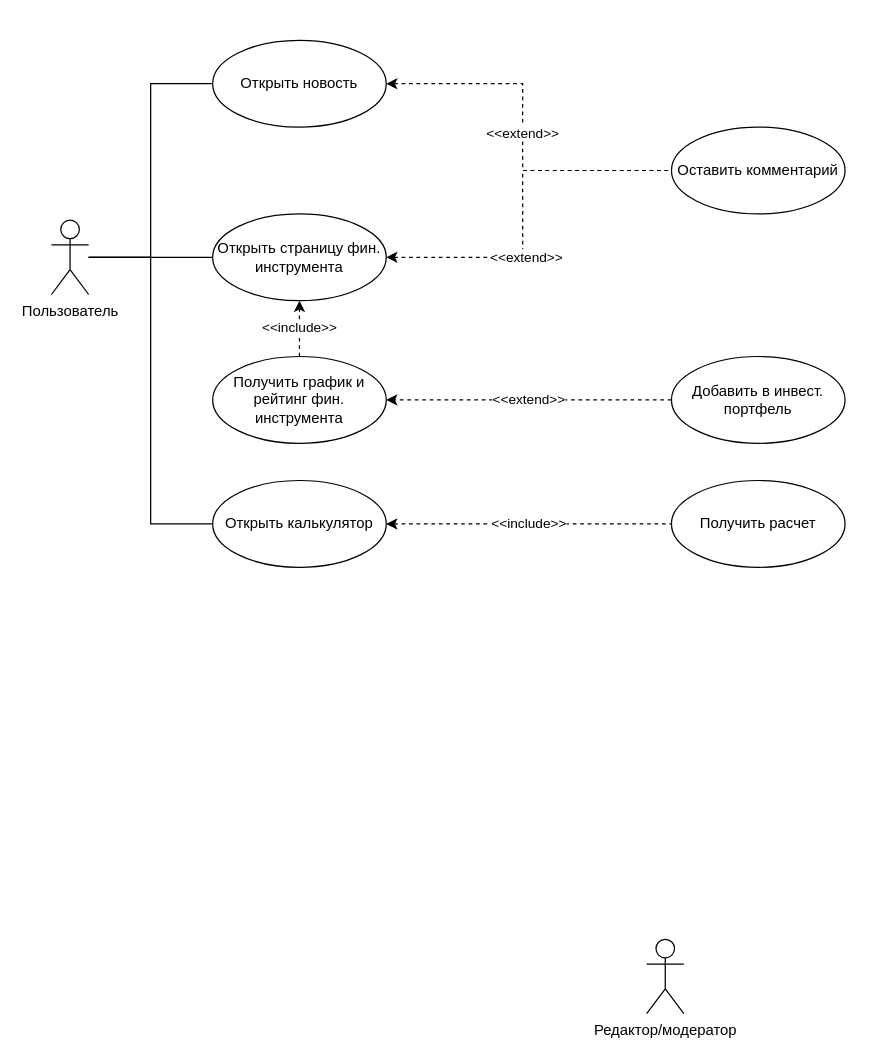
The draw.io diagram Use case.drawio in epsil0n66/ProjectMethodsSlanina, before the edit. Source tidied: cells renumbered, new cells numbered last; positions are measured from the earlier drawing's top-left corner, leaving out a move shared by most shapes. Both pictures are drawn from the tidied source at 124%, with x=0, y=0 at pixel (51, 40).
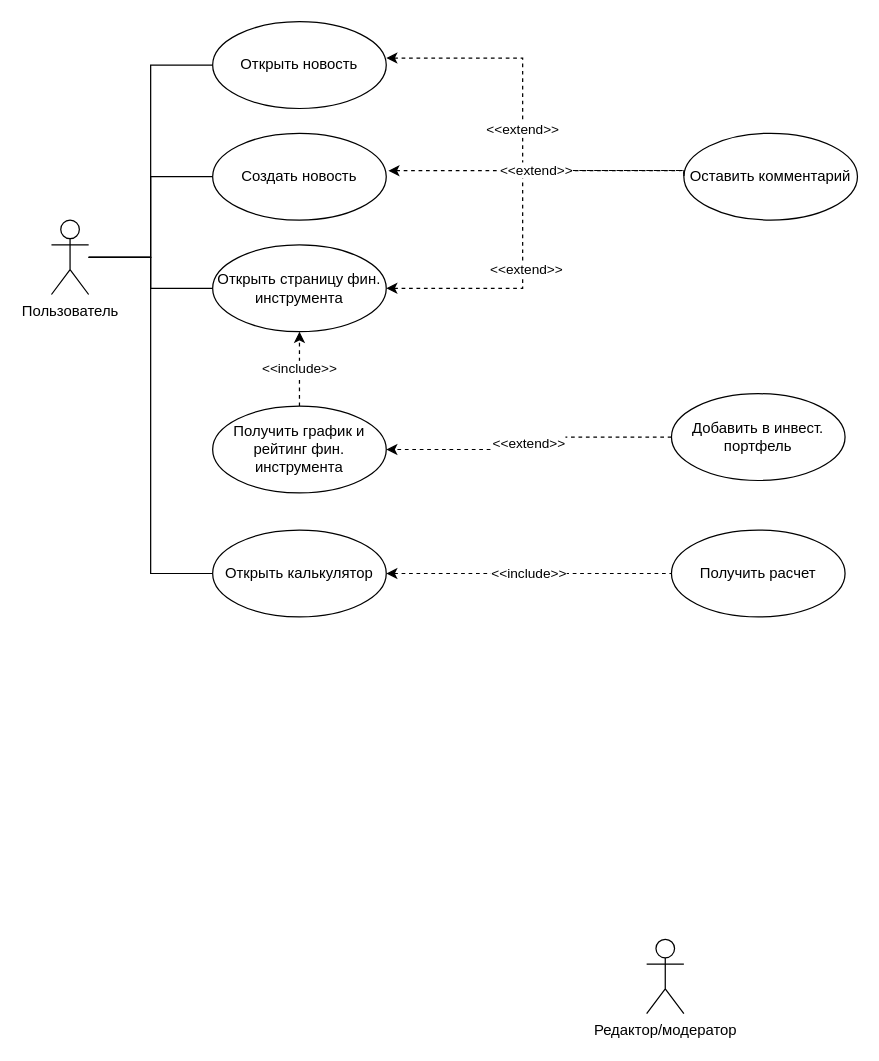
The same diagram, later.

Unchanged cells that the change refers to:
```xml
<mxCell id="5" value="Пользователь" style="shape=umlActor;verticalLabelPosition=bottom;verticalAlign=top;html=1;" parent="1" vertex="1">
  <mxGeometry y="145" width="30" height="60" as="geometry" />
</mxCell>
```

Diff of the diagram source:
```diff
@@
+    <mxCell id="20" style="edgeStyle=orthogonalEdgeStyle;rounded=0;jettySize=auto;html=1;entryX=0;entryY=0.5;entryDx=0;entryDy=0;endArrow=none;endFill=0;" parent="1" edge="1" source="5" target="22">
+      <mxGeometry relative="1" as="geometry" />
+    </mxCell>
@@
-    <mxCell id="7" value="&amp;lt;&amp;lt;extend&amp;gt;&amp;gt;" style="edgeStyle=orthogonalEdgeStyle;rounded=0;jettySize=auto;html=1;entryX=0;entryY=0.5;entryDx=0;entryDy=0;dashed=1;startArrow=classic;startFill=1;endArrow=none;endFill=0;" parent="1" edge="1" source="8" target="9">
+    <mxCell id="7" value="&amp;lt;&amp;lt;extend&amp;gt;&amp;gt;" style="edgeStyle=orthogonalEdgeStyle;rounded=0;jettySize=auto;html=1;entryX=0;entryY=0.5;entryDx=0;entryDy=0;dashed=1;startArrow=classic;startFill=1;endArrow=none;endFill=0;exitX=1;exitY=0.419;exitDx=0;exitDy=0;exitPerimeter=0;" parent="1" edge="1" source="8" target="9">
       <mxGeometry relative="1" as="geometry">
         <Array as="points">
-          <mxPoint x="380" y="35" />
+          <mxPoint x="380" y="14" />
           <mxPoint x="380" y="105" />
+          <mxPoint x="510" y="105" />
         </Array>
       </mxGeometry>
     </mxCell>
     <mxCell id="8" value="Открыть новость" style="ellipse;whiteSpace=wrap;html=1;" parent="1" vertex="1">
-      <mxGeometry x="130" width="140" height="70" as="geometry" />
+      <mxGeometry x="130" y="-15" width="140" height="70" as="geometry" />
     </mxCell>
     <mxCell id="9" value="Оставить комментарий" style="ellipse;whiteSpace=wrap;html=1;" parent="1" vertex="1">
-      <mxGeometry x="500" y="70" width="140" height="70" as="geometry" />
+      <mxGeometry x="510" y="75" width="140" height="70" as="geometry" />
     </mxCell>
@@
     <mxCell id="11" value="Открыть калькулятор" style="ellipse;whiteSpace=wrap;html=1;" parent="1" vertex="1">
-      <mxGeometry x="130" y="355" width="140" height="70" as="geometry" />
+      <mxGeometry x="130" y="395" width="140" height="70" as="geometry" />
     </mxCell>
-    <mxCell id="12" style="edgeStyle=orthogonalEdgeStyle;rounded=0;jettySize=auto;html=1;entryX=0;entryY=0.5;entryDx=0;entryDy=0;dashed=1;endArrow=none;endFill=0;startArrow=classic;startFill=1;" parent="1" edge="1" source="14" target="9">
+    <mxCell id="12" style="edgeStyle=orthogonalEdgeStyle;rounded=0;jettySize=auto;html=1;entryX=0;entryY=0.5;entryDx=0;entryDy=0;dashed=1;endArrow=none;endFill=0;startArrow=classic;startFill=1;exitX=1;exitY=0.5;exitDx=0;exitDy=0;" parent="1" edge="1" source="14" target="9">
       <mxGeometry relative="1" as="geometry">
         <Array as="points">
-          <mxPoint x="380" y="175" />
+          <mxPoint x="380" y="200" />
           <mxPoint x="380" y="105" />
+          <mxPoint x="510" y="105" />
         </Array>
       </mxGeometry>
     </mxCell>
@@
     <mxCell id="14" value="Открыть страницу фин. инструмента" style="ellipse;whiteSpace=wrap;html=1;" parent="1" vertex="1">
-      <mxGeometry x="130" y="140" width="140" height="70" as="geometry" />
+      <mxGeometry x="130" y="165" width="140" height="70" as="geometry" />
     </mxCell>
     <mxCell id="15" value="Получить расчет" style="ellipse;whiteSpace=wrap;html=1;" parent="1" vertex="1">
-      <mxGeometry x="500" y="355" width="140" height="70" as="geometry" />
+      <mxGeometry x="500" y="395" width="140" height="70" as="geometry" />
     </mxCell>
@@
     <mxCell id="17" value="Получить график и рейтинг фин. инструмента" style="ellipse;whiteSpace=wrap;html=1;" parent="1" vertex="1">
-      <mxGeometry x="130" y="255" width="140" height="70" as="geometry" />
+      <mxGeometry x="130" y="295" width="140" height="70" as="geometry" />
     </mxCell>
@@
     <mxCell id="19" value="Добавить в инвест. портфель" style="ellipse;whiteSpace=wrap;html=1;" parent="1" vertex="1">
-      <mxGeometry x="500" y="255" width="140" height="70" as="geometry" />
+      <mxGeometry x="500" y="285" width="140" height="70" as="geometry" />
     </mxCell>
+    <mxCell id="21" value="&amp;lt;&amp;lt;extend&amp;gt;&amp;gt;" style="edgeStyle=orthogonalEdgeStyle;rounded=0;jettySize=auto;html=1;dashed=1;endArrow=none;endFill=0;startArrow=classic;startFill=1;exitX=1.012;exitY=0.431;exitDx=0;exitDy=0;exitPerimeter=0;" parent="1" edge="1" source="22">
+      <mxGeometry relative="1" as="geometry">
+        <mxPoint x="510" y="105" as="targetPoint" />
+        <Array as="points">
+          <mxPoint x="390" y="105" />
+          <mxPoint x="390" y="105" />
+        </Array>
+      </mxGeometry>
+    </mxCell>
+    <mxCell id="22" value="Создать новость" style="ellipse;whiteSpace=wrap;html=1;" parent="1" vertex="1">
+      <mxGeometry x="130" y="75" width="140" height="70" as="geometry" />
+    </mxCell>
```
